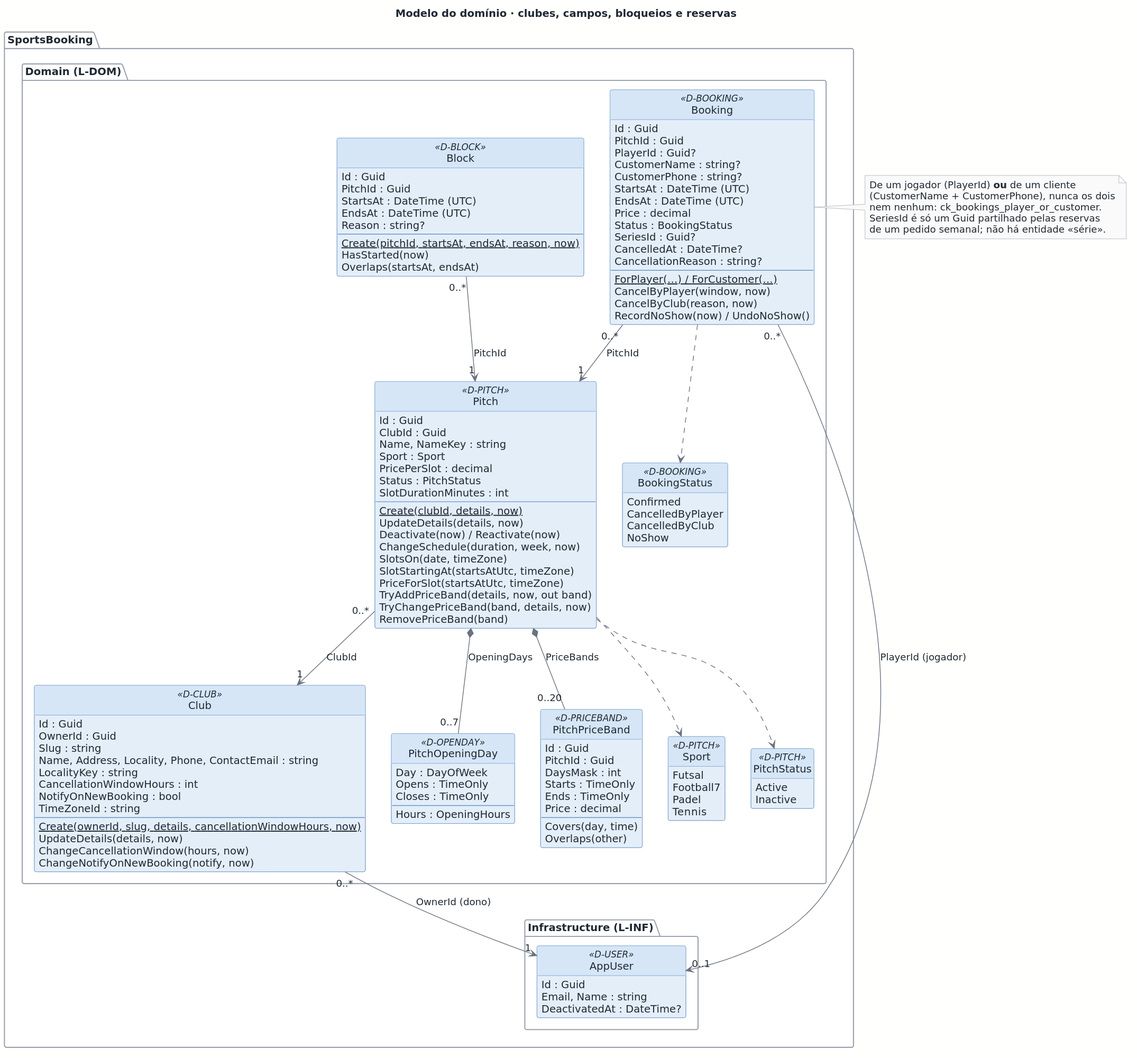
Earlier version of the PlantUML export docs/architecture/out/logical-domain-booking.svg (rodrigo4sousa/SportsEstablishments).
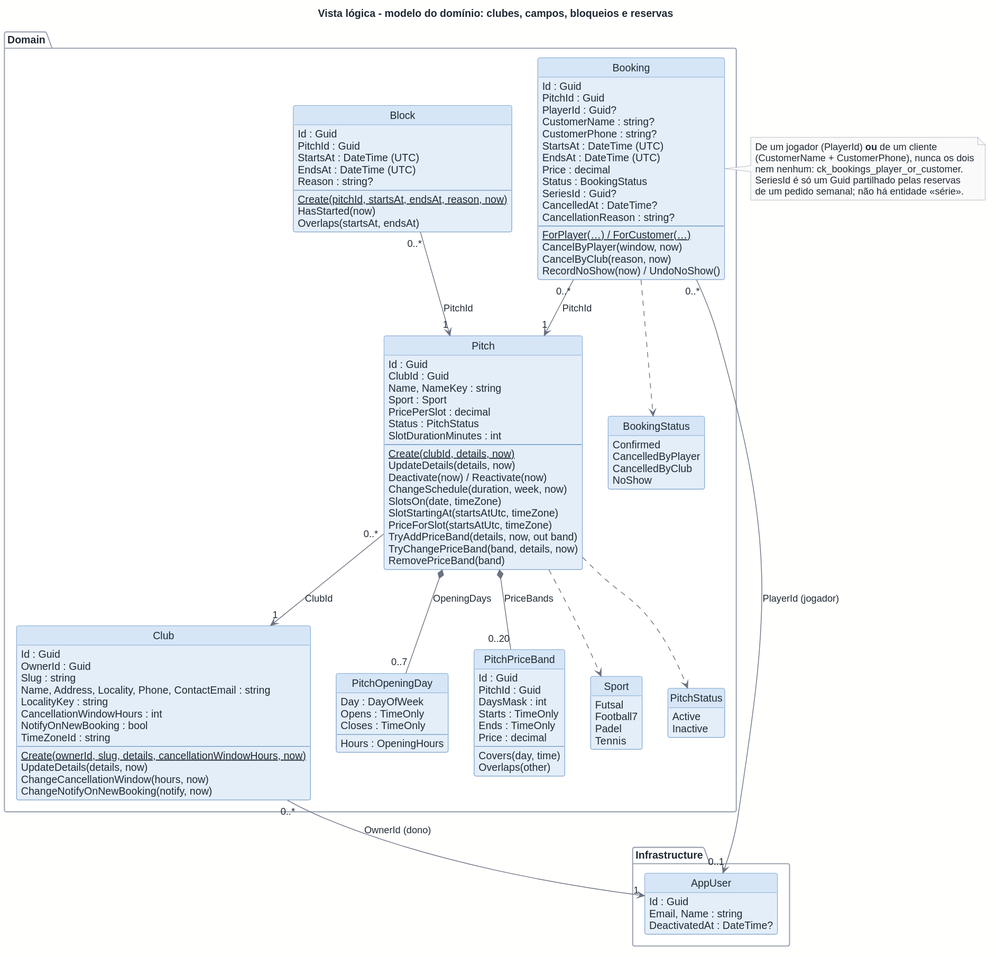
The same diagram one commit later.

What changed in the source:
```diff
@@ -1,11 +1,11 @@
 @startuml
 !include ../style.puml
-title Modelo do domínio · clubes, campos, bloqueios e reservas
+title Vista lógica - modelo do domínio: clubes, campos, bloqueios e reservas
 
 hide empty members
 
-package "SportsBooking.Domain (L-DOM)" {
-  class Club <<D-CLUB>> {
+package "Domain" as L_DOM {
+  class "Club" as D_CLUB {
     Id : Guid
     OwnerId : Guid
     Slug : string
@@ -21,7 +21,7 @@
     ChangeNotifyOnNewBooking(notify, now)
   }
 
-  class Pitch <<D-PITCH>> {
+  class "Pitch" as D_PITCH {
     Id : Guid
     ClubId : Guid
     Name, NameKey : string
@@ -42,7 +42,7 @@
     RemovePriceBand(band)
   }
 
-  class PitchOpeningDay <<D-OPENDAY>> {
+  class "PitchOpeningDay" as D_OPENDAY {
     Day : DayOfWeek
     Opens : TimeOnly
     Closes : TimeOnly
@@ -50,7 +50,7 @@
     Hours : OpeningHours
   }
 
-  class PitchPriceBand <<D-PRICEBAND>> {
+  class "PitchPriceBand" as D_PRICEBAND {
     Id : Guid
     PitchId : Guid
     DaysMask : int
@@ -62,7 +62,7 @@
     Overlaps(other)
   }
 
-  class Block <<D-BLOCK>> {
+  class "Block" as D_BLOCK {
     Id : Guid
     PitchId : Guid
     StartsAt : DateTime (UTC)
@@ -74,7 +74,7 @@
     Overlaps(startsAt, endsAt)
   }
 
-  class Booking <<D-BOOKING>> {
+  class "Booking" as D_BOOKING {
     Id : Guid
     PitchId : Guid
     PlayerId : Guid?
@@ -94,19 +94,19 @@
     RecordNoShow(now) / UndoNoShow()
   }
 
-  enum Sport <<D-PITCH>> {
+  enum "Sport" as D_PITCH_Sport {
     Futsal
     Football7
     Padel
     Tennis
   }
 
-  enum PitchStatus <<D-PITCH>> {
+  enum "PitchStatus" as D_PITCH_PitchStatus {
     Active
     Inactive
   }
 
-  enum BookingStatus <<D-BOOKING>> {
+  enum "BookingStatus" as D_BOOKING_BookingStatus {
     Confirmed
     CancelledByPlayer
     CancelledByClub
@@ -114,26 +114,26 @@
   }
 }
 
-package "SportsBooking.Infrastructure (L-INF)" {
-  class AppUser <<D-USER>> {
+package "Infrastructure" as L_INF {
+  class "AppUser" as D_USER {
     Id : Guid
     Email, Name : string
     DeactivatedAt : DateTime?
   }
 }
 
-Club "0..*" --> "1" AppUser : OwnerId (dono)
-Pitch "0..*" --> "1" Club : ClubId
-Pitch *-- "0..7" PitchOpeningDay : OpeningDays
-Pitch *-- "0..20" PitchPriceBand : PriceBands
-Block "0..*" --> "1" Pitch : PitchId
-Booking "0..*" --> "1" Pitch : PitchId
-Booking "0..*" --> "0..1" AppUser : PlayerId (jogador)
-Pitch ..> Sport
-Pitch ..> PitchStatus
-Booking ..> BookingStatus
+D_CLUB "0..*" --> "1" D_USER : OwnerId (dono)
+D_PITCH "0..*" --> "1" D_CLUB : ClubId
+D_PITCH *-- "0..7" D_OPENDAY : OpeningDays
+D_PITCH *-- "0..20" D_PRICEBAND : PriceBands
+D_BLOCK "0..*" --> "1" D_PITCH : PitchId
+D_BOOKING "0..*" --> "1" D_PITCH : PitchId
+D_BOOKING "0..*" --> "0..1" D_USER : PlayerId (jogador)
+D_PITCH ..> D_PITCH_Sport
+D_PITCH ..> D_PITCH_PitchStatus
+D_BOOKING ..> D_BOOKING_BookingStatus
 
-note right of Booking
+note right of D_BOOKING
   De um jogador (PlayerId) **ou** de um cliente
   (CustomerName + CustomerPhone), nunca os dois
   nem nenhum: ck_bookings_player_or_customer.
```
